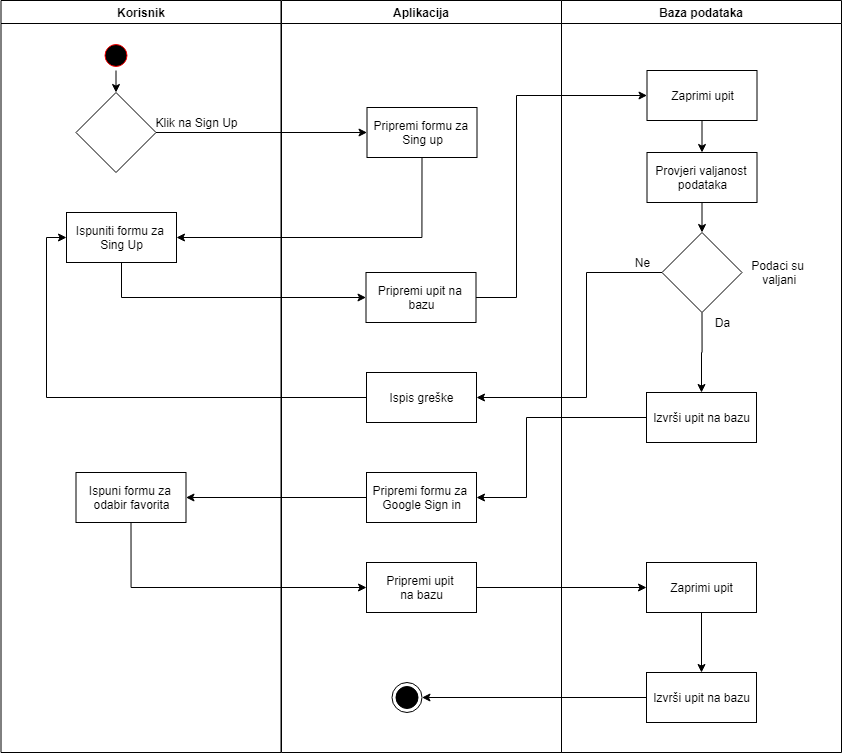
The draw.io diagram Dokumentacija/UML Dijagrami/signup_uml.png in lmiroic/AIR2007, before a commit. Source tidied: cells renumbered, new cells last; positions are measured from the earlier drawing's top-left corner, leaving out a move shared by most shapes. Its diagram source:
```xml
<mxGraphModel background="#ffffff">
  <root>
    <mxCell id="0" />
    <mxCell id="1" parent="0" />
    <mxCell id="2" value="Korisnik" style="swimlane;whiteSpace=wrap;" parent="1" vertex="1">
      <mxGeometry x="0.5" width="280" height="752" as="geometry" />
    </mxCell>
    <mxCell id="3" style="edgeStyle=orthogonalEdgeStyle;rounded=0;jettySize=auto;html=1;exitX=0.5;exitY=1;exitDx=0;exitDy=0;entryX=0.5;entryY=0;entryDx=0;entryDy=0;" parent="2" edge="1" source="4" target="6">
      <mxGeometry relative="1" as="geometry" />
    </mxCell>
    <mxCell id="4" style="ellipse;shape=startState;fillColor=#000000;strokeColor=#ff0000;" parent="2" vertex="1">
      <mxGeometry x="100" y="40" width="30" height="30" as="geometry" />
    </mxCell>
    <mxCell id="5" style="edgeStyle=elbowEdgeStyle;elbow=horizontal;strokeColor=#FF0000;endArrow=open;endFill=1;rounded=0;" parent="2" edge="1" source="x">
      <mxGeometry relative="1" as="geometry">
        <mxPoint x="60" y="135" as="targetPoint" />
        <Array as="points">
          <mxPoint x="30" y="250" />
        </Array>
      </mxGeometry>
    </mxCell>
    <mxCell id="6" style="rhombus;whiteSpace=wrap;html=1;" parent="2" vertex="1">
      <mxGeometry x="75" y="92" width="80" height="80" as="geometry" />
    </mxCell>
    <mxCell id="7" value="Ispuniti formu za &lt;br&gt;Sing Up" style="html=1;" parent="2" vertex="1">
      <mxGeometry x="65.5" y="212" width="110" height="50" as="geometry" />
    </mxCell>
    <mxCell id="8" value="Ispuni formu za &lt;br&gt;odabir favorita" style="html=1;" parent="2" vertex="1">
      <mxGeometry x="75" y="472" width="110" height="50" as="geometry" />
    </mxCell>
    <mxCell id="9" value="Klik na Sign Up" style="text;html=1;align=center;verticalAlign=middle;" parent="2" vertex="1">
      <mxGeometry x="145.5" y="112" width="100" height="20" as="geometry" />
    </mxCell>
    <mxCell id="10" value="Aplikacija" style="swimlane;whiteSpace=wrap;" parent="1" vertex="1">
      <mxGeometry x="281" width="280" height="752" as="geometry" />
    </mxCell>
    <mxCell id="11" value="Pripremi formu za &lt;br&gt;Sing up" style="html=1;" parent="10" vertex="1">
      <mxGeometry x="85.5" y="107" width="110" height="50" as="geometry" />
    </mxCell>
    <mxCell id="12" style="ellipse;html=1;shape=endState;fillColor=#000000;strokeColor=#000000;" parent="10" vertex="1">
      <mxGeometry x="110.5" y="682" width="30" height="30" as="geometry" />
    </mxCell>
    <mxCell id="13" value="Pripremi upit na &lt;br&gt;bazu" style="html=1;" parent="10" vertex="1">
      <mxGeometry x="84.5" y="272" width="110" height="50" as="geometry" />
    </mxCell>
    <mxCell id="14" value="Ispis greške" style="html=1;" parent="10" vertex="1">
      <mxGeometry x="85" y="372" width="110" height="50" as="geometry" />
    </mxCell>
    <mxCell id="15" value="Pripremi formu za &lt;br&gt;Google Sign in" style="html=1;" parent="10" vertex="1">
      <mxGeometry x="85" y="472" width="110" height="50" as="geometry" />
    </mxCell>
    <mxCell id="16" value="Pripremi upit &lt;br&gt;na bazu" style="html=1;" parent="10" vertex="1">
      <mxGeometry x="85" y="562" width="110" height="50" as="geometry" />
    </mxCell>
    <mxCell id="17" value="Baza podataka" style="swimlane;whiteSpace=wrap;" parent="1" vertex="1">
      <mxGeometry x="561" width="280" height="752" as="geometry" />
    </mxCell>
    <mxCell id="18" style="edgeStyle=orthogonalEdgeStyle;rounded=0;jettySize=auto;html=1;exitX=0.5;exitY=1;exitDx=0;exitDy=0;entryX=0.5;entryY=0;entryDx=0;entryDy=0;" parent="17" edge="1" source="19" target="21">
      <mxGeometry relative="1" as="geometry" />
    </mxCell>
    <mxCell id="19" value="Zaprimi upit" style="html=1;" parent="17" vertex="1">
      <mxGeometry x="85.5" y="70" width="110" height="50" as="geometry" />
    </mxCell>
    <mxCell id="20" style="edgeStyle=orthogonalEdgeStyle;rounded=0;jettySize=auto;html=1;exitX=0.5;exitY=1;exitDx=0;exitDy=0;entryX=0.5;entryY=0;entryDx=0;entryDy=0;" parent="17" edge="1" source="21" target="23">
      <mxGeometry relative="1" as="geometry" />
    </mxCell>
    <mxCell id="21" value="Provjeri valjanost &lt;br&gt;podataka" style="html=1;" parent="17" vertex="1">
      <mxGeometry x="85.5" y="152" width="110" height="50" as="geometry" />
    </mxCell>
    <mxCell id="22" style="edgeStyle=orthogonalEdgeStyle;rounded=0;jettySize=auto;html=1;exitX=0.5;exitY=1;exitDx=0;exitDy=0;entryX=0.5;entryY=0;entryDx=0;entryDy=0;" parent="17" edge="1" source="23" target="24">
      <mxGeometry relative="1" as="geometry" />
    </mxCell>
    <mxCell id="23" style="rhombus;whiteSpace=wrap;html=1;" parent="17" vertex="1">
      <mxGeometry x="100.5" y="232" width="80" height="80" as="geometry" />
    </mxCell>
    <mxCell id="24" value="Izvrši upit na bazu" style="html=1;" parent="17" vertex="1">
      <mxGeometry x="85" y="392" width="110" height="50" as="geometry" />
    </mxCell>
    <mxCell id="25" style="edgeStyle=orthogonalEdgeStyle;rounded=0;jettySize=auto;html=1;exitX=0.5;exitY=1;exitDx=0;exitDy=0;" parent="17" edge="1" source="26" target="27">
      <mxGeometry relative="1" as="geometry" />
    </mxCell>
    <mxCell id="26" value="Zaprimi upit" style="html=1;" parent="17" vertex="1">
      <mxGeometry x="85" y="562" width="110" height="50" as="geometry" />
    </mxCell>
    <mxCell id="27" value="Izvrši upit na bazu" style="html=1;" parent="17" vertex="1">
      <mxGeometry x="85" y="672" width="110" height="50" as="geometry" />
    </mxCell>
    <mxCell id="28" value="Podaci su&lt;br&gt;&amp;nbsp;valjani" style="text;html=1;align=center;verticalAlign=middle;" parent="17" vertex="1">
      <mxGeometry x="180.5" y="257" width="70" height="30" as="geometry" />
    </mxCell>
    <mxCell id="29" value="Da" style="text;html=1;align=center;verticalAlign=middle;" parent="17" vertex="1">
      <mxGeometry x="145.5" y="312" width="30" height="20" as="geometry" />
    </mxCell>
    <mxCell id="30" value="Ne" style="text;html=1;align=center;verticalAlign=middle;" parent="17" vertex="1">
      <mxGeometry x="65.5" y="252" width="30" height="20" as="geometry" />
    </mxCell>
    <mxCell id="31" style="edgeStyle=orthogonalEdgeStyle;rounded=0;jettySize=auto;html=1;entryX=0;entryY=0.5;entryDx=0;entryDy=0;" parent="1" edge="1" source="6" target="11">
      <mxGeometry relative="1" as="geometry" />
    </mxCell>
    <mxCell id="32" style="edgeStyle=orthogonalEdgeStyle;rounded=0;jettySize=auto;html=1;exitX=0.5;exitY=1;exitDx=0;exitDy=0;entryX=1;entryY=0.5;entryDx=0;entryDy=0;" parent="1" edge="1" source="11" target="7">
      <mxGeometry relative="1" as="geometry">
        <Array as="points">
          <mxPoint x="422" y="237" />
        </Array>
      </mxGeometry>
    </mxCell>
    <mxCell id="33" style="edgeStyle=orthogonalEdgeStyle;rounded=0;jettySize=auto;html=1;exitX=0.5;exitY=1;exitDx=0;exitDy=0;entryX=0;entryY=0.5;entryDx=0;entryDy=0;" parent="1" edge="1" source="7" target="13">
      <mxGeometry relative="1" as="geometry" />
    </mxCell>
    <mxCell id="34" style="edgeStyle=orthogonalEdgeStyle;rounded=0;jettySize=auto;html=1;entryX=0;entryY=0.5;entryDx=0;entryDy=0;" parent="1" edge="1" source="14" target="7">
      <mxGeometry relative="1" as="geometry" />
    </mxCell>
    <mxCell id="35" style="edgeStyle=orthogonalEdgeStyle;rounded=0;jettySize=auto;html=1;exitX=1;exitY=0.5;exitDx=0;exitDy=0;entryX=0;entryY=0.5;entryDx=0;entryDy=0;" parent="1" edge="1" source="13" target="19">
      <mxGeometry relative="1" as="geometry">
        <Array as="points">
          <mxPoint x="516" y="297" />
          <mxPoint x="516" y="95" />
        </Array>
      </mxGeometry>
    </mxCell>
    <mxCell id="36" style="edgeStyle=orthogonalEdgeStyle;rounded=0;jettySize=auto;html=1;exitX=0;exitY=0.5;exitDx=0;exitDy=0;entryX=1;entryY=0.5;entryDx=0;entryDy=0;" parent="1" edge="1" source="23" target="14">
      <mxGeometry relative="1" as="geometry">
        <Array as="points">
          <mxPoint x="586" y="272" />
          <mxPoint x="586" y="397" />
        </Array>
      </mxGeometry>
    </mxCell>
    <mxCell id="37" style="edgeStyle=orthogonalEdgeStyle;rounded=0;jettySize=auto;html=1;entryX=1;entryY=0.5;entryDx=0;entryDy=0;" parent="1" edge="1" source="24" target="15">
      <mxGeometry relative="1" as="geometry">
        <Array as="points">
          <mxPoint x="526" y="417" />
          <mxPoint x="526" y="497" />
        </Array>
      </mxGeometry>
    </mxCell>
    <mxCell id="38" style="edgeStyle=orthogonalEdgeStyle;rounded=0;jettySize=auto;html=1;entryX=1;entryY=0.5;entryDx=0;entryDy=0;" parent="1" edge="1" source="15" target="8">
      <mxGeometry relative="1" as="geometry" />
    </mxCell>
    <mxCell id="39" style="edgeStyle=orthogonalEdgeStyle;rounded=0;jettySize=auto;html=1;exitX=0.5;exitY=1;exitDx=0;exitDy=0;entryX=0;entryY=0.5;entryDx=0;entryDy=0;" parent="1" edge="1" source="8" target="16">
      <mxGeometry relative="1" as="geometry" />
    </mxCell>
    <mxCell id="40" style="edgeStyle=orthogonalEdgeStyle;rounded=0;jettySize=auto;html=1;" parent="1" edge="1" source="27" target="12">
      <mxGeometry relative="1" as="geometry" />
    </mxCell>
    <mxCell id="41" style="edgeStyle=orthogonalEdgeStyle;rounded=0;jettySize=auto;html=1;exitX=1;exitY=0.5;exitDx=0;exitDy=0;entryX=0;entryY=0.5;entryDx=0;entryDy=0;" parent="1" edge="1" source="16" target="26">
      <mxGeometry relative="1" as="geometry" />
    </mxCell>
  </root>
</mxGraphModel>
```
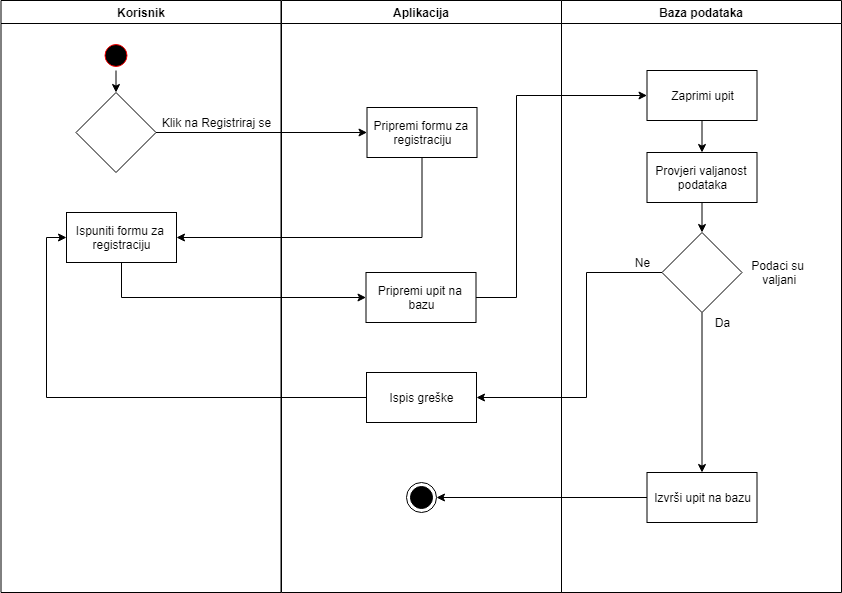
The same file after the commit.

Commit message:
Ispravi dijagram aktivnosti za registraciju

The edit, as a diff of the source:
```diff
@@ -3,7 +3,7 @@
     <mxCell id="0" />
     <mxCell id="1" parent="0" />
     <mxCell id="2" value="Korisnik" style="swimlane;whiteSpace=wrap;" parent="1" vertex="1">
-      <mxGeometry x="0.5" width="280" height="752" as="geometry" />
+      <mxGeometry x="0.5" width="280" height="592" as="geometry" />
     </mxCell>
     <mxCell id="3" style="edgeStyle=orthogonalEdgeStyle;rounded=0;jettySize=auto;html=1;exitX=0.5;exitY=1;exitDx=0;exitDy=0;entryX=0.5;entryY=0;entryDx=0;entryDy=0;" parent="2" edge="1" source="4" target="6">
       <mxGeometry relative="1" as="geometry" />
@@ -11,34 +11,23 @@
     <mxCell id="4" style="ellipse;shape=startState;fillColor=#000000;strokeColor=#ff0000;" parent="2" vertex="1">
       <mxGeometry x="100" y="40" width="30" height="30" as="geometry" />
     </mxCell>
-    <mxCell id="5" style="edgeStyle=elbowEdgeStyle;elbow=horizontal;strokeColor=#FF0000;endArrow=open;endFill=1;rounded=0;" parent="2" edge="1" source="x">
-      <mxGeometry relative="1" as="geometry">
-        <mxPoint x="60" y="135" as="targetPoint" />
-        <Array as="points">
-          <mxPoint x="30" y="250" />
-        </Array>
-      </mxGeometry>
-    </mxCell>
     <mxCell id="6" style="rhombus;whiteSpace=wrap;html=1;" parent="2" vertex="1">
       <mxGeometry x="75" y="92" width="80" height="80" as="geometry" />
     </mxCell>
-    <mxCell id="7" value="Ispuniti formu za &lt;br&gt;Sing Up" style="html=1;" parent="2" vertex="1">
+    <mxCell id="7" value="Ispuniti formu za &lt;br&gt;registraciju" style="html=1;" parent="2" vertex="1">
       <mxGeometry x="65.5" y="212" width="110" height="50" as="geometry" />
     </mxCell>
-    <mxCell id="8" value="Ispuni formu za &lt;br&gt;odabir favorita" style="html=1;" parent="2" vertex="1">
-      <mxGeometry x="75" y="472" width="110" height="50" as="geometry" />
-    </mxCell>
-    <mxCell id="9" value="Klik na Sign Up" style="text;html=1;align=center;verticalAlign=middle;" parent="2" vertex="1">
-      <mxGeometry x="145.5" y="112" width="100" height="20" as="geometry" />
+    <mxCell id="9" value="Klik na Registriraj se" style="text;html=1;align=center;verticalAlign=middle;" parent="2" vertex="1">
+      <mxGeometry x="155" y="112" width="120" height="20" as="geometry" />
     </mxCell>
     <mxCell id="10" value="Aplikacija" style="swimlane;whiteSpace=wrap;" parent="1" vertex="1">
-      <mxGeometry x="281" width="280" height="752" as="geometry" />
+      <mxGeometry x="281" width="280" height="592" as="geometry" />
     </mxCell>
-    <mxCell id="11" value="Pripremi formu za &lt;br&gt;Sing up" style="html=1;" parent="10" vertex="1">
+    <mxCell id="11" value="Pripremi formu za &lt;br&gt;registraciju" style="html=1;" parent="10" vertex="1">
       <mxGeometry x="85.5" y="107" width="110" height="50" as="geometry" />
     </mxCell>
     <mxCell id="12" style="ellipse;html=1;shape=endState;fillColor=#000000;strokeColor=#000000;" parent="10" vertex="1">
-      <mxGeometry x="110.5" y="682" width="30" height="30" as="geometry" />
+      <mxGeometry x="125" y="482" width="30" height="30" as="geometry" />
     </mxCell>
     <mxCell id="13" value="Pripremi upit na &lt;br&gt;bazu" style="html=1;" parent="10" vertex="1">
       <mxGeometry x="84.5" y="272" width="110" height="50" as="geometry" />
@@ -46,14 +35,8 @@
     <mxCell id="14" value="Ispis greške" style="html=1;" parent="10" vertex="1">
       <mxGeometry x="85" y="372" width="110" height="50" as="geometry" />
     </mxCell>
-    <mxCell id="15" value="Pripremi formu za &lt;br&gt;Google Sign in" style="html=1;" parent="10" vertex="1">
-      <mxGeometry x="85" y="472" width="110" height="50" as="geometry" />
-    </mxCell>
-    <mxCell id="16" value="Pripremi upit &lt;br&gt;na bazu" style="html=1;" parent="10" vertex="1">
-      <mxGeometry x="85" y="562" width="110" height="50" as="geometry" />
-    </mxCell>
     <mxCell id="17" value="Baza podataka" style="swimlane;whiteSpace=wrap;" parent="1" vertex="1">
-      <mxGeometry x="561" width="280" height="752" as="geometry" />
+      <mxGeometry x="561" width="280" height="592" as="geometry" />
     </mxCell>
     <mxCell id="18" style="edgeStyle=orthogonalEdgeStyle;rounded=0;jettySize=auto;html=1;exitX=0.5;exitY=1;exitDx=0;exitDy=0;entryX=0.5;entryY=0;entryDx=0;entryDy=0;" parent="17" edge="1" source="19" target="21">
       <mxGeometry relative="1" as="geometry" />
@@ -74,17 +57,8 @@
       <mxGeometry x="100.5" y="232" width="80" height="80" as="geometry" />
     </mxCell>
     <mxCell id="24" value="Izvrši upit na bazu" style="html=1;" parent="17" vertex="1">
-      <mxGeometry x="85" y="392" width="110" height="50" as="geometry" />
+      <mxGeometry x="85.5" y="472" width="110" height="50" as="geometry" />
     </mxCell>
-    <mxCell id="25" style="edgeStyle=orthogonalEdgeStyle;rounded=0;jettySize=auto;html=1;exitX=0.5;exitY=1;exitDx=0;exitDy=0;" parent="17" edge="1" source="26" target="27">
-      <mxGeometry relative="1" as="geometry" />
-    </mxCell>
-    <mxCell id="26" value="Zaprimi upit" style="html=1;" parent="17" vertex="1">
-      <mxGeometry x="85" y="562" width="110" height="50" as="geometry" />
-    </mxCell>
-    <mxCell id="27" value="Izvrši upit na bazu" style="html=1;" parent="17" vertex="1">
-      <mxGeometry x="85" y="672" width="110" height="50" as="geometry" />
-    </mxCell>
     <mxCell id="28" value="Podaci su&lt;br&gt;&amp;nbsp;valjani" style="text;html=1;align=center;verticalAlign=middle;" parent="17" vertex="1">
       <mxGeometry x="180.5" y="257" width="70" height="30" as="geometry" />
     </mxCell>
@@ -126,25 +100,8 @@
         </Array>
       </mxGeometry>
     </mxCell>
-    <mxCell id="37" style="edgeStyle=orthogonalEdgeStyle;rounded=0;jettySize=auto;html=1;entryX=1;entryY=0.5;entryDx=0;entryDy=0;" parent="1" edge="1" source="24" target="15">
-      <mxGeometry relative="1" as="geometry">
-        <Array as="points">
-          <mxPoint x="526" y="417" />
-          <mxPoint x="526" y="497" />
-        </Array>
-      </mxGeometry>
-    </mxCell>
-    <mxCell id="38" style="edgeStyle=orthogonalEdgeStyle;rounded=0;jettySize=auto;html=1;entryX=1;entryY=0.5;entryDx=0;entryDy=0;" parent="1" edge="1" source="15" target="8">
-      <mxGeometry relative="1" as="geometry" />
-    </mxCell>
-    <mxCell id="39" style="edgeStyle=orthogonalEdgeStyle;rounded=0;jettySize=auto;html=1;exitX=0.5;exitY=1;exitDx=0;exitDy=0;entryX=0;entryY=0.5;entryDx=0;entryDy=0;" parent="1" edge="1" source="8" target="16">
-      <mxGeometry relative="1" as="geometry" />
-    </mxCell>
-    <mxCell id="40" style="edgeStyle=orthogonalEdgeStyle;rounded=0;jettySize=auto;html=1;" parent="1" edge="1" source="27" target="12">
+    <mxCell id="40" style="edgeStyle=orthogonalEdgeStyle;rounded=0;jettySize=auto;html=1;exitX=0;exitY=0.5;exitDx=0;exitDy=0;" parent="1" edge="1" source="24" target="12">
       <mxGeometry relative="1" as="geometry" />
     </mxCell>
-    <mxCell id="41" style="edgeStyle=orthogonalEdgeStyle;rounded=0;jettySize=auto;html=1;exitX=1;exitY=0.5;exitDx=0;exitDy=0;entryX=0;entryY=0.5;entryDx=0;entryDy=0;" parent="1" edge="1" source="16" target="26">
-      <mxGeometry relative="1" as="geometry" />
-    </mxCell>
   </root>
 </mxGraphModel>
```
